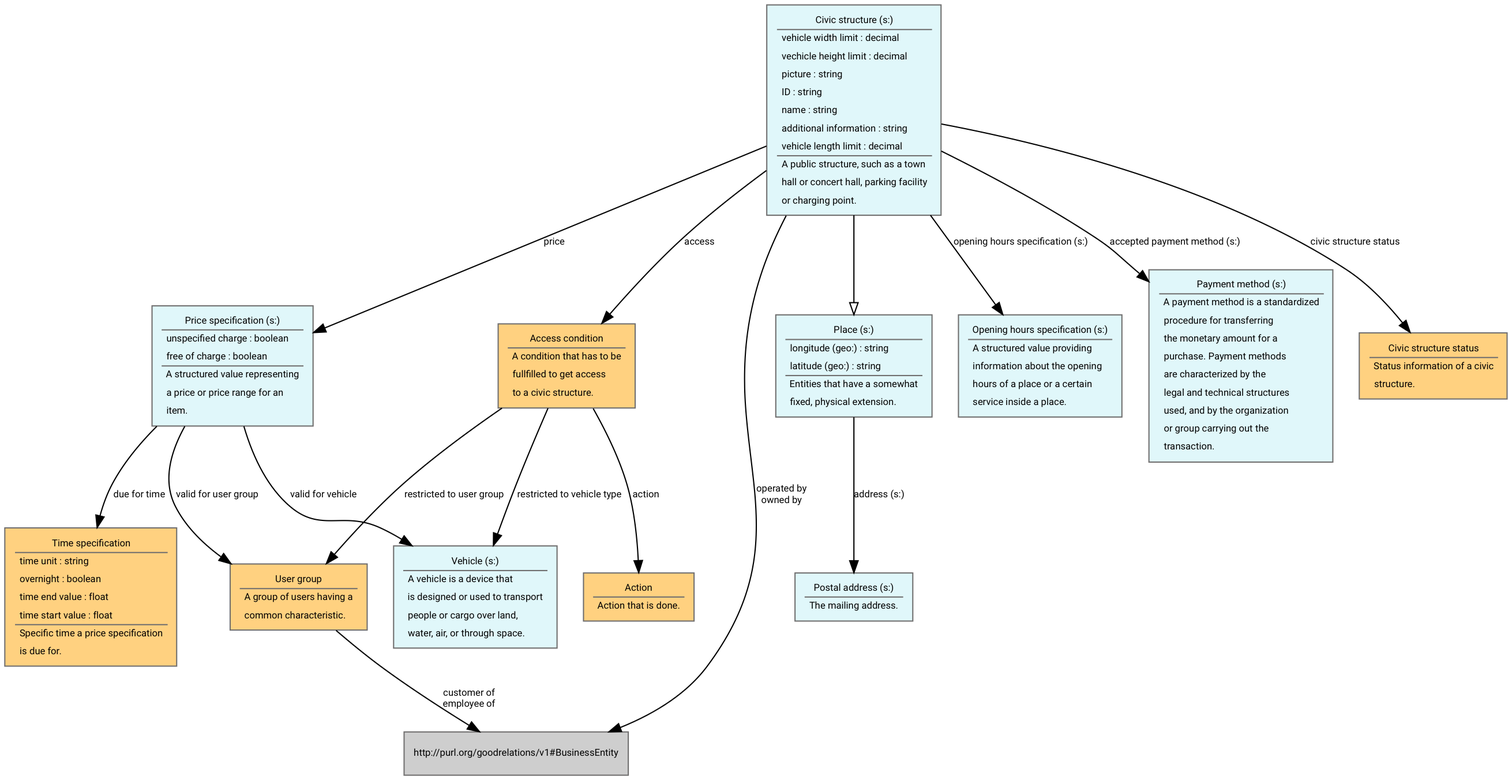
This is diagrams/index.ttl.dot.png from vocol/mobivoc, a Graphviz export, as it was before one commit. Its source is kept beside it as diagrams/index.ttl.dot.
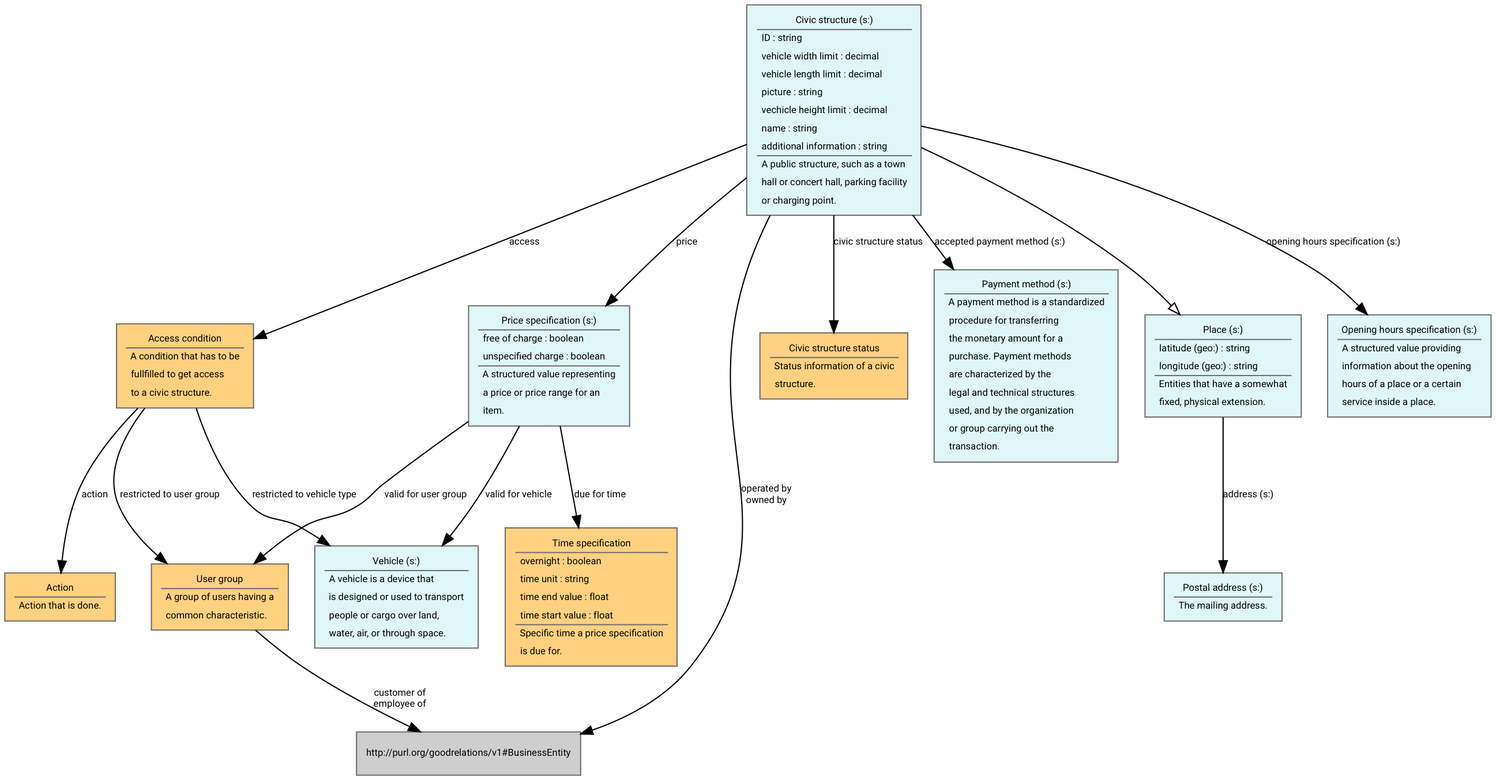
After the commit.

Change to the diagram source:
```diff
@@ -24,33 +24,33 @@
                 fontname = "Roboto"
                 fontsize = 8
         ]
+"http://schema.mobivoc.org/AccessCondition" [fillcolor="#FFD180" fontcolor= "#000000", label=<<TABLE border="0"><TR><TD ALIGN="CENTER" HREF="http://schema.mobivoc.org/AccessCondition">Access condition</TD></TR><HR/><TR><TD ALIGN="LEFT">A condition that has to be</TD></TR><TR><TD ALIGN="LEFT">fullfilled to get access</TD></TR><TR><TD ALIGN="LEFT">to a civic structure.</TD></TR></TABLE>>]
+"http://schema.mobivoc.org/Action" [fillcolor="#FFD180" fontcolor= "#000000", label=<<TABLE border="0"><TR><TD ALIGN="CENTER" HREF="http://schema.mobivoc.org/Action">Action</TD></TR><HR/><TR><TD ALIGN="LEFT">Action that is done.</TD></TR></TABLE>>]
+"http://schema.mobivoc.org/UserGroup" [fillcolor="#FFD180" fontcolor= "#000000", label=<<TABLE border="0"><TR><TD ALIGN="CENTER" HREF="http://schema.mobivoc.org/UserGroup">User group</TD></TR><HR/><TR><TD ALIGN="LEFT">A group of users having a</TD></TR><TR><TD ALIGN="LEFT">common characteristic.</TD></TR></TABLE>>]
+"http://schema.mobivoc.org/TimeSpecification" [fillcolor="#FFD180" fontcolor= "#000000", label=<<TABLE border="0"><TR><TD ALIGN="CENTER" HREF="http://schema.mobivoc.org/TimeSpecification">Time specification</TD></TR><HR/><TR><TD ALIGN="LEFT" HREF="http://schema.mobivoc.org/overnight">overnight : boolean</TD></TR><TR><TD ALIGN="LEFT" HREF="http://schema.mobivoc.org/timeUnit">time unit : string</TD></TR><TR><TD ALIGN="LEFT" HREF="http://schema.mobivoc.org/timeEndValue">time end value : float</TD></TR><TR><TD ALIGN="LEFT" HREF="http://schema.mobivoc.org/timeStartValue">time start value : float</TD></TR><HR/><TR><TD ALIGN="LEFT">Specific time a price specification</TD></TR><TR><TD ALIGN="LEFT">is due for.</TD></TR></TABLE>>]
+"http://schema.org/CivicStructure" [fillcolor="#E0F7FA" fontcolor= "#000000", label=<<TABLE border="0"><TR><TD ALIGN="CENTER" HREF="http://schema.org/CivicStructure">Civic structure (s:)</TD></TR><HR/><TR><TD ALIGN="LEFT" HREF="http://schema.mobivoc.org/id">ID : string</TD></TR><TR><TD ALIGN="LEFT" HREF="http://schema.mobivoc.org/vehicleWidthLimitInM">vehicle width limit : decimal</TD></TR><TR><TD ALIGN="LEFT" HREF="http://schema.mobivoc.org/vehicleLengthLimitInM">vehicle length limit : decimal</TD></TR><TR><TD ALIGN="LEFT" HREF="http://schema.mobivoc.org/picture">picture : string</TD></TR><TR><TD ALIGN="LEFT" HREF="http://schema.mobivoc.org/vehicleHeightLimitInM">vechicle height limit : decimal</TD></TR><TR><TD ALIGN="LEFT" HREF="http://schema.mobivoc.org/name">name : string</TD></TR><TR><TD ALIGN="LEFT" HREF="http://schema.mobivoc.org/additionalInformation">additional information : string</TD></TR><HR/><TR><TD ALIGN="LEFT">A public structure, such as a town</TD></TR><TR><TD ALIGN="LEFT">hall or concert hall, parking facility</TD></TR><TR><TD ALIGN="LEFT">or charging point.</TD></TR></TABLE>>]
+"http://schema.mobivoc.org/CivicStructureStatus" [fillcolor="#FFD180" fontcolor= "#000000", label=<<TABLE border="0"><TR><TD ALIGN="CENTER" HREF="http://schema.mobivoc.org/CivicStructureStatus">Civic structure status</TD></TR><HR/><TR><TD ALIGN="LEFT">Status information of a civic</TD></TR><TR><TD ALIGN="LEFT">structure.</TD></TR></TABLE>>]
 "http://schema.org/Vehicle" [fillcolor="#E0F7FA" fontcolor= "#000000", label=<<TABLE border="0"><TR><TD ALIGN="CENTER" HREF="http://schema.org/Vehicle">Vehicle (s:)</TD></TR><HR/><TR><TD ALIGN="LEFT">A vehicle is a device that</TD></TR><TR><TD ALIGN="LEFT">is designed or used to transport</TD></TR><TR><TD ALIGN="LEFT">people or cargo over land,</TD></TR><TR><TD ALIGN="LEFT">water, air, or through space.</TD></TR></TABLE>>]
-"http://schema.mobivoc.org/Action" [fillcolor="#FFD180" fontcolor= "#000000", label=<<TABLE border="0"><TR><TD ALIGN="CENTER" HREF="http://schema.mobivoc.org/Action">Action</TD></TR><HR/><TR><TD ALIGN="LEFT">Action that is done.</TD></TR></TABLE>>]
-"http://schema.org/CivicStructure" [fillcolor="#E0F7FA" fontcolor= "#000000", label=<<TABLE border="0"><TR><TD ALIGN="CENTER" HREF="http://schema.org/CivicStructure">Civic structure (s:)</TD></TR><HR/><TR><TD ALIGN="LEFT" HREF="http://schema.mobivoc.org/vehicleWidthLimitInM">vehicle width limit : decimal</TD></TR><TR><TD ALIGN="LEFT" HREF="http://schema.mobivoc.org/vehicleHeightLimitInM">vechicle height limit : decimal</TD></TR><TR><TD ALIGN="LEFT" HREF="http://schema.mobivoc.org/picture">picture : string</TD></TR><TR><TD ALIGN="LEFT" HREF="http://schema.mobivoc.org/id">ID : string</TD></TR><TR><TD ALIGN="LEFT" HREF="http://schema.mobivoc.org/name">name : string</TD></TR><TR><TD ALIGN="LEFT" HREF="http://schema.mobivoc.org/additionalInformation">additional information : string</TD></TR><TR><TD ALIGN="LEFT" HREF="http://schema.mobivoc.org/vehicleLengthLimitInM">vehicle length limit : decimal</TD></TR><HR/><TR><TD ALIGN="LEFT">A public structure, such as a town</TD></TR><TR><TD ALIGN="LEFT">hall or concert hall, parking facility</TD></TR><TR><TD ALIGN="LEFT">or charging point.</TD></TR></TABLE>>]
-"http://schema.org/Place" [fillcolor="#E0F7FA" fontcolor= "#000000", label=<<TABLE border="0"><TR><TD ALIGN="CENTER" HREF="http://schema.org/Place">Place (s:)</TD></TR><HR/><TR><TD ALIGN="LEFT" HREF="http://www.w3.org/2003/01/geo/wgs84_pos#long">longitude (geo:) : string</TD></TR><TR><TD ALIGN="LEFT" HREF="http://www.w3.org/2003/01/geo/wgs84_pos#lat">latitude (geo:) : string</TD></TR><HR/><TR><TD ALIGN="LEFT">Entities that have a somewhat</TD></TR><TR><TD ALIGN="LEFT">fixed, physical extension.</TD></TR></TABLE>>]
-"http://schema.mobivoc.org/TimeSpecification" [fillcolor="#FFD180" fontcolor= "#000000", label=<<TABLE border="0"><TR><TD ALIGN="CENTER" HREF="http://schema.mobivoc.org/TimeSpecification">Time specification</TD></TR><HR/><TR><TD ALIGN="LEFT" HREF="http://schema.mobivoc.org/timeUnit">time unit : string</TD></TR><TR><TD ALIGN="LEFT" HREF="http://schema.mobivoc.org/overnight">overnight : boolean</TD></TR><TR><TD ALIGN="LEFT" HREF="http://schema.mobivoc.org/timeEndValue">time end value : float</TD></TR><TR><TD ALIGN="LEFT" HREF="http://schema.mobivoc.org/timeStartValue">time start value : float</TD></TR><HR/><TR><TD ALIGN="LEFT">Specific time a price specification</TD></TR><TR><TD ALIGN="LEFT">is due for.</TD></TR></TABLE>>]
-"http://schema.mobivoc.org/UserGroup" [fillcolor="#FFD180" fontcolor= "#000000", label=<<TABLE border="0"><TR><TD ALIGN="CENTER" HREF="http://schema.mobivoc.org/UserGroup">User group</TD></TR><HR/><TR><TD ALIGN="LEFT">A group of users having a</TD></TR><TR><TD ALIGN="LEFT">common characteristic.</TD></TR></TABLE>>]
-"http://schema.org/PriceSpecification" [fillcolor="#E0F7FA" fontcolor= "#000000", label=<<TABLE border="0"><TR><TD ALIGN="CENTER" HREF="http://schema.org/PriceSpecification">Price specification (s:)</TD></TR><HR/><TR><TD ALIGN="LEFT" HREF="http://schema.mobivoc.org/unspecifiedCharge">unspecified charge : boolean</TD></TR><TR><TD ALIGN="LEFT" HREF="http://schema.mobivoc.org/freeOfCharge">free of charge : boolean</TD></TR><HR/><TR><TD ALIGN="LEFT">A structured value representing</TD></TR><TR><TD ALIGN="LEFT">a price or price range for an</TD></TR><TR><TD ALIGN="LEFT">item.</TD></TR></TABLE>>]
+"http://schema.org/PaymentMethod" [fillcolor="#E0F7FA" fontcolor= "#000000", label=<<TABLE border="0"><TR><TD ALIGN="CENTER" HREF="http://schema.org/PaymentMethod">Payment method (s:)</TD></TR><HR/><TR><TD ALIGN="LEFT">A payment method is a standardized</TD></TR><TR><TD ALIGN="LEFT">procedure for transferring</TD></TR><TR><TD ALIGN="LEFT">the monetary amount for a</TD></TR><TR><TD ALIGN="LEFT">purchase. Payment methods</TD></TR><TR><TD ALIGN="LEFT">are characterized by the</TD></TR><TR><TD ALIGN="LEFT">legal and technical structures</TD></TR><TR><TD ALIGN="LEFT">used, and by the organization</TD></TR><TR><TD ALIGN="LEFT">or group carrying out the</TD></TR><TR><TD ALIGN="LEFT">transaction.</TD></TR></TABLE>>]
+"http://schema.org/Place" [fillcolor="#E0F7FA" fontcolor= "#000000", label=<<TABLE border="0"><TR><TD ALIGN="CENTER" HREF="http://schema.org/Place">Place (s:)</TD></TR><HR/><TR><TD ALIGN="LEFT" HREF="http://www.w3.org/2003/01/geo/wgs84_pos#lat">latitude (geo:) : string</TD></TR><TR><TD ALIGN="LEFT" HREF="http://www.w3.org/2003/01/geo/wgs84_pos#long">longitude (geo:) : string</TD></TR><HR/><TR><TD ALIGN="LEFT">Entities that have a somewhat</TD></TR><TR><TD ALIGN="LEFT">fixed, physical extension.</TD></TR></TABLE>>]
 "http://schema.org/OpeningHoursSpecification" [fillcolor="#E0F7FA" fontcolor= "#000000", label=<<TABLE border="0"><TR><TD ALIGN="CENTER" HREF="http://schema.org/OpeningHoursSpecification">Opening hours specification (s:)</TD></TR><HR/><TR><TD ALIGN="LEFT">A structured value providing</TD></TR><TR><TD ALIGN="LEFT">information about the opening</TD></TR><TR><TD ALIGN="LEFT">hours of a place or a certain</TD></TR><TR><TD ALIGN="LEFT">service inside a place.</TD></TR></TABLE>>]
-"http://schema.mobivoc.org/AccessCondition" [fillcolor="#FFD180" fontcolor= "#000000", label=<<TABLE border="0"><TR><TD ALIGN="CENTER" HREF="http://schema.mobivoc.org/AccessCondition">Access condition</TD></TR><HR/><TR><TD ALIGN="LEFT">A condition that has to be</TD></TR><TR><TD ALIGN="LEFT">fullfilled to get access</TD></TR><TR><TD ALIGN="LEFT">to a civic structure.</TD></TR></TABLE>>]
+"http://schema.org/PriceSpecification" [fillcolor="#E0F7FA" fontcolor= "#000000", label=<<TABLE border="0"><TR><TD ALIGN="CENTER" HREF="http://schema.org/PriceSpecification">Price specification (s:)</TD></TR><HR/><TR><TD ALIGN="LEFT" HREF="http://schema.mobivoc.org/freeOfCharge">free of charge : boolean</TD></TR><TR><TD ALIGN="LEFT" HREF="http://schema.mobivoc.org/unspecifiedCharge">unspecified charge : boolean</TD></TR><HR/><TR><TD ALIGN="LEFT">A structured value representing</TD></TR><TR><TD ALIGN="LEFT">a price or price range for an</TD></TR><TR><TD ALIGN="LEFT">item.</TD></TR></TABLE>>]
 "http://schema.org/PostalAddress" [fillcolor="#E0F7FA" fontcolor= "#000000", label=<<TABLE border="0"><TR><TD ALIGN="CENTER" HREF="http://schema.org/PostalAddress">Postal address (s:)</TD></TR><HR/><TR><TD ALIGN="LEFT">The mailing address.</TD></TR></TABLE>>]
-"http://schema.org/PaymentMethod" [fillcolor="#E0F7FA" fontcolor= "#000000", label=<<TABLE border="0"><TR><TD ALIGN="CENTER" HREF="http://schema.org/PaymentMethod">Payment method (s:)</TD></TR><HR/><TR><TD ALIGN="LEFT">A payment method is a standardized</TD></TR><TR><TD ALIGN="LEFT">procedure for transferring</TD></TR><TR><TD ALIGN="LEFT">the monetary amount for a</TD></TR><TR><TD ALIGN="LEFT">purchase. Payment methods</TD></TR><TR><TD ALIGN="LEFT">are characterized by the</TD></TR><TR><TD ALIGN="LEFT">legal and technical structures</TD></TR><TR><TD ALIGN="LEFT">used, and by the organization</TD></TR><TR><TD ALIGN="LEFT">or group carrying out the</TD></TR><TR><TD ALIGN="LEFT">transaction.</TD></TR></TABLE>>]
-"http://schema.mobivoc.org/CivicStructureStatus" [fillcolor="#FFD180" fontcolor= "#000000", label=<<TABLE border="0"><TR><TD ALIGN="CENTER" HREF="http://schema.mobivoc.org/CivicStructureStatus">Civic structure status</TD></TR><HR/><TR><TD ALIGN="LEFT">Status information of a civic</TD></TR><TR><TD ALIGN="LEFT">structure.</TD></TR></TABLE>>]
-"http://schema.mobivoc.org/AccessCondition" -> "http://schema.mobivoc.org/Action" [href="http://schema.mobivoc.org/action", label="action"]
+"http://schema.mobivoc.org/UserGroup" -> "http://purl.org/goodrelations/v1#BusinessEntity" [href="http://schema.mobivoc.org/customerOf", label="customer of
+employee of"]
+"http://schema.mobivoc.org/AccessCondition" -> "http://schema.org/Vehicle" [href="http://schema.mobivoc.org/restrictedToVehicleType", label="restricted to vehicle type"]
+"http://schema.org/PriceSpecification" -> "http://schema.mobivoc.org/UserGroup" [href="http://schema.mobivoc.org/validForGroup", label="valid for user group"]
+"http://schema.org/PriceSpecification" -> "http://schema.mobivoc.org/TimeSpecification" [href="http://schema.mobivoc.org/dueForTime", label="due for time"]
+"http://schema.org/PriceSpecification" -> "http://schema.org/Vehicle" [href="http://schema.mobivoc.org/validForVehicle", label="valid for vehicle"]
 "http://schema.org/Place" -> "http://schema.org/PostalAddress" [href="http://schema.org/address", label="address (s:)"]
-"http://schema.org/PriceSpecification" -> "http://schema.mobivoc.org/TimeSpecification" [href="http://schema.mobivoc.org/dueForTime", label="due for time"]
-"http://schema.mobivoc.org/AccessCondition" -> "http://schema.mobivoc.org/UserGroup" [href="http://schema.mobivoc.org/restrictedToGroup", label="restricted to user group"]
-"http://schema.org/PriceSpecification" -> "http://schema.mobivoc.org/UserGroup" [href="http://schema.mobivoc.org/validForGroup", label="valid for user group"]
-"http://schema.org/CivicStructure" -> "http://schema.mobivoc.org/CivicStructureStatus" [href="http://schema.mobivoc.org/civicStructureStatus", label="civic structure status"]
 "http://schema.org/CivicStructure" -> "http://purl.org/goodrelations/v1#BusinessEntity" [href="http://schema.mobivoc.org/operatedBy", label="operated by
 owned by"]
-"http://schema.mobivoc.org/UserGroup" -> "http://purl.org/goodrelations/v1#BusinessEntity" [href="http://schema.mobivoc.org/customerOf", label="customer of
-employee of"]
 "http://schema.org/CivicStructure" -> "http://schema.mobivoc.org/AccessCondition" [href="http://schema.mobivoc.org/access", label="access"]
+"http://schema.org/CivicStructure" -> "http://schema.mobivoc.org/CivicStructureStatus" [href="http://schema.mobivoc.org/civicStructureStatus", label="civic structure status"]
+"http://schema.org/CivicStructure" -> "http://schema.org/PriceSpecification" [href="http://schema.mobivoc.org/price", label="price"]
+"http://schema.mobivoc.org/AccessCondition" -> "http://schema.mobivoc.org/Action" [href="http://schema.mobivoc.org/action", label="action"]
+"http://schema.org/CivicStructure" -> "http://schema.org/PaymentMethod" [href="http://schema.org/acceptedPaymentMethod", label="accepted payment method (s:)"]
+"http://schema.mobivoc.org/AccessCondition" -> "http://schema.mobivoc.org/UserGroup" [href="http://schema.mobivoc.org/restrictedToGroup", label="restricted to user group"]
 "http://schema.org/CivicStructure" -> "http://schema.org/OpeningHoursSpecification" [href="http://schema.org/openingHoursSpecification", label="opening hours specification (s:)"]
-"http://schema.org/CivicStructure" -> "http://schema.org/PaymentMethod" [href="http://schema.org/acceptedPaymentMethod", label="accepted payment method (s:)"]
-"http://schema.org/CivicStructure" -> "http://schema.org/PriceSpecification" [href="http://schema.mobivoc.org/price", label="price"]
-"http://schema.mobivoc.org/AccessCondition" -> "http://schema.org/Vehicle" [href="http://schema.mobivoc.org/restrictedToVehicleType", label="restricted to vehicle type"]
-"http://schema.org/PriceSpecification" -> "http://schema.org/Vehicle" [href="http://schema.mobivoc.org/validForVehicle", label="valid for vehicle"]
 "http://schema.org/CivicStructure" -> "http://schema.org/Place" [arrowhead = "empty"]
 }
```
